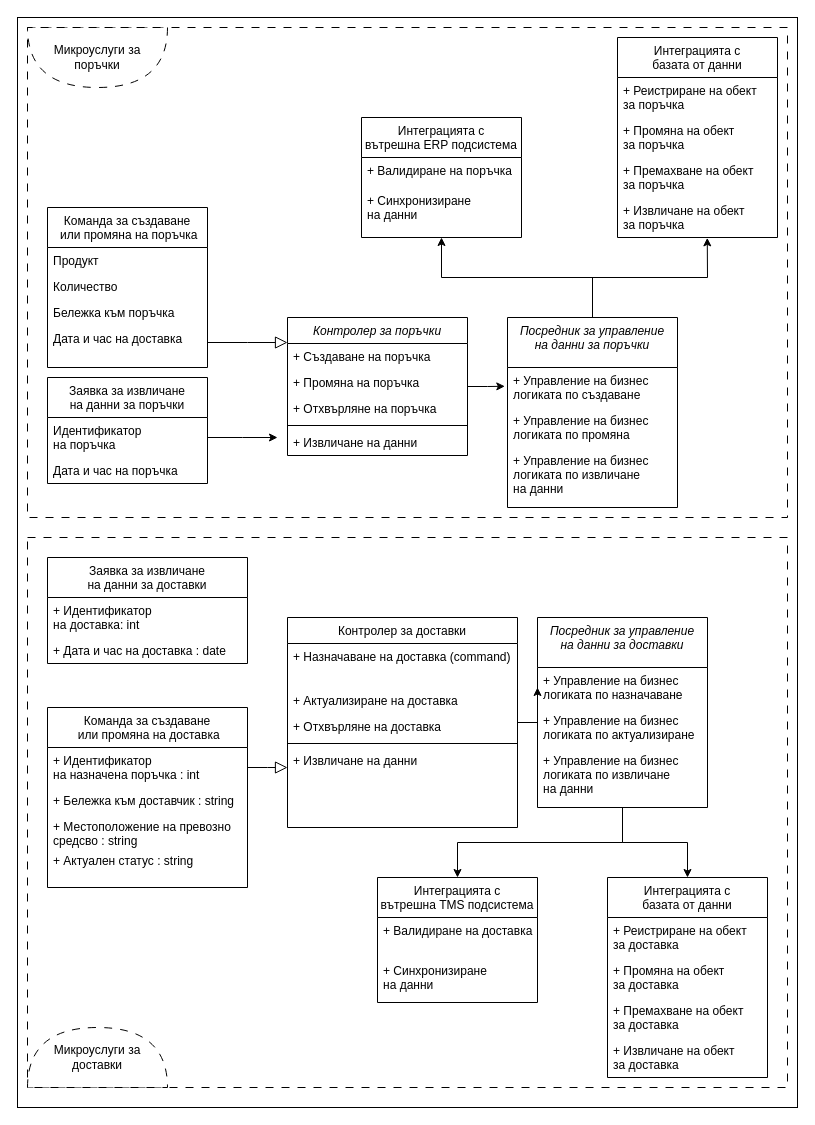
This is Chapter2/ClassDiagram.drawio from profjordanov/phd, a draw.io file, before an edit. Source tidied: cells renumbered, new cells numbered last; positions are measured from the earlier drawing's top-left corner, leaving out a move shared by most shapes. Both pictures are drawn from the tidied source at 100%, with x=0, y=0 at pixel (17, 17).
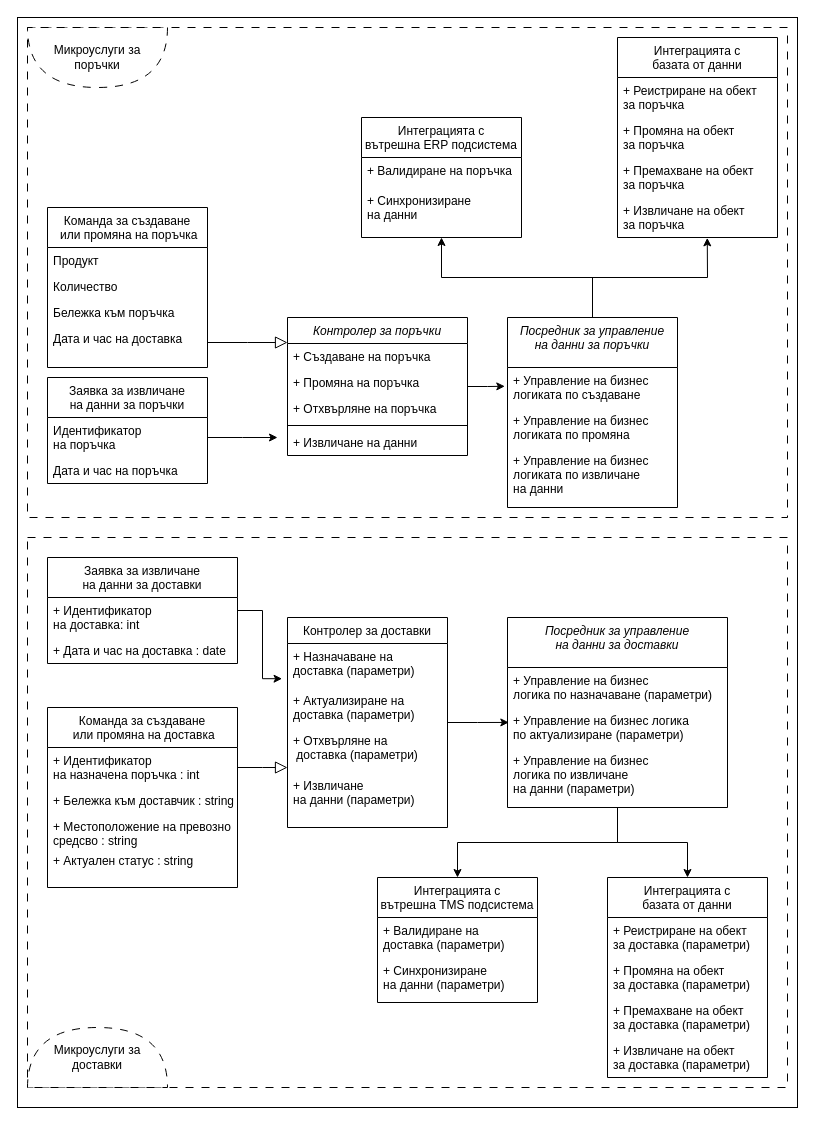
The same page after the edit.

Unchanged cells that the change refers to:
```xml
<mxCell id="45" value="Интеграцията с &#10;базата от данни" style="swimlane;fontStyle=0;align=center;verticalAlign=top;horizontal=1;startSize=40;rounded=0;shadow=0;strokeWidth=1;" parent="1" vertex="1">
  <mxGeometry x="590" y="860" width="160" height="200" as="geometry" />
</mxCell>
<mxCell id="50" value="Интеграцията с &#10;вътрешна TMS подсистема" style="swimlane;fontStyle=0;align=center;verticalAlign=top;horizontal=1;startSize=40;rounded=0;shadow=0;strokeWidth=1;" parent="1" vertex="1">
  <mxGeometry x="360" y="860" width="160" height="125" as="geometry" />
</mxCell>
```

Diff of the diagram source:
```diff
@@
-    <mxCell id="32" style="edgeStyle=orthogonalEdgeStyle;rounded=0;jettySize=auto;html=1;entryX=0;entryY=0.5;entryDx=0;entryDy=0;" parent="1" edge="1" source="33" target="56">
-      <mxGeometry relative="1" as="geometry" />
-    </mxCell>
     <mxCell id="33" value="Контролер за доставки" style="swimlane;fontStyle=0;align=center;verticalAlign=top;horizontal=1;startSize=26;rounded=0;shadow=0;strokeWidth=1;" parent="1" vertex="1">
-      <mxGeometry x="270" y="600" width="230" height="210" as="geometry" />
+      <mxGeometry x="270" y="600" width="160" height="210" as="geometry" />
     </mxCell>
-    <mxCell id="34" value="+ Назначаване на доставка (command)" style="text;align=left;verticalAlign=top;spacingLeft=4;spacingRight=4;overflow=hidden;points=[[0,0.5],[1,0.5]];portConstraint=eastwest;" parent="33" vertex="1">
-      <mxGeometry y="26" width="230" height="44" as="geometry" />
+    <mxCell id="34" value="+ Назначаване на &#10;доставка (параметри)" style="text;align=left;verticalAlign=top;spacingLeft=4;spacingRight=4;overflow=hidden;points=[[0,0.5],[1,0.5]];portConstraint=eastwest;" parent="33" vertex="1">
+      <mxGeometry y="26" width="160" height="44" as="geometry" />
     </mxCell>
-    <mxCell id="35" value="+ Актуализиране на доставка" style="text;align=left;verticalAlign=top;spacingLeft=4;spacingRight=4;overflow=hidden;rounded=0;shadow=0;html=0;" parent="33" vertex="1">
-      <mxGeometry y="70" width="230" height="26" as="geometry" />
+    <mxCell id="35" value="+ Актуализиране на &#10;доставка (параметри)" style="text;align=left;verticalAlign=top;spacingLeft=4;spacingRight=4;overflow=hidden;rounded=0;shadow=0;html=0;" parent="33" vertex="1">
+      <mxGeometry y="70" width="160" height="40" as="geometry" />
     </mxCell>
-    <mxCell id="36" value="+ Отхвърляне на доставка" style="text;align=left;verticalAlign=top;spacingLeft=4;spacingRight=4;overflow=hidden;rounded=0;shadow=0;html=0;" parent="33" vertex="1">
-      <mxGeometry y="96" width="230" height="26" as="geometry" />
-    </mxCell>
-    <mxCell id="37" style="line;html=1;strokeWidth=1;align=left;verticalAlign=middle;spacingTop=-1;spacingLeft=3;spacingRight=3;labelPosition=right;" parent="33" vertex="1">
-      <mxGeometry y="122" width="230" height="8" as="geometry" />
-    </mxCell>
-    <mxCell id="38" value="+ Извличане на данни" style="text;align=left;verticalAlign=top;spacingLeft=4;spacingRight=4;overflow=hidden;" parent="33" vertex="1">
-      <mxGeometry y="130" width="230" height="26" as="geometry" />
-    </mxCell>
     <mxCell id="39" value="Команда за създаване&#10; или промяна на доставка" style="swimlane;fontStyle=0;align=center;verticalAlign=top;horizontal=1;startSize=40;rounded=0;shadow=0;strokeWidth=1;" parent="1" vertex="1">
-      <mxGeometry x="30" y="690" width="200" height="180" as="geometry" />
+      <mxGeometry x="30" y="690" width="190" height="180" as="geometry" />
     </mxCell>
     <mxCell id="40" value="+ Идентификатор&#10;на назначена поръчка : int" style="text;align=left;verticalAlign=top;spacingLeft=4;spacingRight=4;overflow=hidden;" parent="39" vertex="1">
-      <mxGeometry y="40" width="200" height="40" as="geometry" />
+      <mxGeometry y="40" width="190" height="40" as="geometry" />
     </mxCell>
     <mxCell id="41" value="+ Бележка към доставчик : string" style="text;align=left;verticalAlign=top;spacingLeft=4;spacingRight=4;overflow=hidden;rounded=0;shadow=0;html=0;" parent="39" vertex="1">
-      <mxGeometry y="80" width="200" height="26" as="geometry" />
+      <mxGeometry y="80" width="190" height="26" as="geometry" />
     </mxCell>
     <mxCell id="42" value="+ Местоположение на превозно&#10;средсво : string" style="text;align=left;verticalAlign=top;spacingLeft=4;spacingRight=4;overflow=hidden;rounded=0;shadow=0;html=0;" parent="39" vertex="1">
-      <mxGeometry y="106" width="200" height="34" as="geometry" />
+      <mxGeometry y="106" width="190" height="34" as="geometry" />
     </mxCell>
     <mxCell id="43" value="+ Актуален статус : string" style="text;align=left;verticalAlign=top;spacingLeft=4;spacingRight=4;overflow=hidden;rounded=0;shadow=0;html=0;" parent="39" vertex="1">
-      <mxGeometry y="140" width="200" height="26" as="geometry" />
+      <mxGeometry y="140" width="190" height="26" as="geometry" />
     </mxCell>
@@
-    <mxCell id="46" value="+ Реистриране на обект&#10;за доставка" style="text;align=left;verticalAlign=top;spacingLeft=4;spacingRight=4;overflow=hidden;" parent="45" vertex="1">
+    <mxCell id="46" value="+ Реистриране на обект&#10;за доставка (параметри)" style="text;align=left;verticalAlign=top;spacingLeft=4;spacingRight=4;overflow=hidden;" parent="45" vertex="1">
       <mxGeometry y="40" width="160" height="40" as="geometry" />
     </mxCell>
-    <mxCell id="47" value="+ Промяна на обект&#10;за доставка" style="text;align=left;verticalAlign=top;spacingLeft=4;spacingRight=4;overflow=hidden;rounded=0;shadow=0;html=0;" parent="45" vertex="1">
+    <mxCell id="47" value="+ Промяна на обект&#10;за доставка (параметри)" style="text;align=left;verticalAlign=top;spacingLeft=4;spacingRight=4;overflow=hidden;rounded=0;shadow=0;html=0;" parent="45" vertex="1">
       <mxGeometry y="80" width="160" height="40" as="geometry" />
     </mxCell>
-    <mxCell id="48" value="+ Премахване на обект&#10;за доставка" style="text;align=left;verticalAlign=top;spacingLeft=4;spacingRight=4;overflow=hidden;rounded=0;shadow=0;html=0;" parent="45" vertex="1">
+    <mxCell id="48" value="+ Премахване на обект&#10;за доставка (параметри)" style="text;align=left;verticalAlign=top;spacingLeft=4;spacingRight=4;overflow=hidden;rounded=0;shadow=0;html=0;" parent="45" vertex="1">
       <mxGeometry y="120" width="160" height="40" as="geometry" />
     </mxCell>
-    <mxCell id="49" value="+ Извличане на обект&#10;за доставка" style="text;align=left;verticalAlign=top;spacingLeft=4;spacingRight=4;overflow=hidden;rounded=0;shadow=0;html=0;" parent="45" vertex="1">
+    <mxCell id="49" value="+ Извличане на обект&#10;за доставка (параметри)" style="text;align=left;verticalAlign=top;spacingLeft=4;spacingRight=4;overflow=hidden;rounded=0;shadow=0;html=0;" parent="45" vertex="1">
       <mxGeometry y="160" width="160" height="40" as="geometry" />
     </mxCell>
@@
-    <mxCell id="51" value="+ Валидиране на доставка" style="text;align=left;verticalAlign=top;spacingLeft=4;spacingRight=4;overflow=hidden;" parent="50" vertex="1">
+    <mxCell id="51" value="+ Валидиране на &#10;доставка (параметри)" style="text;align=left;verticalAlign=top;spacingLeft=4;spacingRight=4;overflow=hidden;" parent="50" vertex="1">
       <mxGeometry y="40" width="160" height="40" as="geometry" />
     </mxCell>
-    <mxCell id="52" value="+ Синхронизиране&#10;на данни" style="text;align=left;verticalAlign=top;spacingLeft=4;spacingRight=4;overflow=hidden;rounded=0;shadow=0;html=0;" parent="50" vertex="1">
+    <mxCell id="52" value="+ Синхронизиране&#10;на данни (параметри)" style="text;align=left;verticalAlign=top;spacingLeft=4;spacingRight=4;overflow=hidden;rounded=0;shadow=0;html=0;" parent="50" vertex="1">
       <mxGeometry y="80" width="160" height="40" as="geometry" />
     </mxCell>
@@
     <mxCell id="55" value="Посредник за управление &#10;на данни за доставки" style="swimlane;fontStyle=2;align=center;verticalAlign=top;horizontal=1;startSize=50;rounded=0;shadow=0;strokeWidth=1;" parent="1" vertex="1">
-      <mxGeometry x="520" y="600" width="170" height="190" as="geometry" />
+      <mxGeometry x="490" y="600" width="220" height="190" as="geometry" />
     </mxCell>
-    <mxCell id="56" value="+ Управление на бизнес &#10;логиката по назначаване " style="text;align=left;verticalAlign=top;spacingLeft=4;spacingRight=4;overflow=hidden;points=[[0,0.5],[1,0.5]];portConstraint=eastwest;" parent="55" vertex="1">
-      <mxGeometry y="50" width="170" height="40" as="geometry" />
+    <mxCell id="56" value="+ Управление на бизнес &#10;логика по назначаване (параметри)" style="text;align=left;verticalAlign=top;spacingLeft=4;spacingRight=4;overflow=hidden;points=[[0,0.5],[1,0.5]];portConstraint=eastwest;" parent="55" vertex="1">
+      <mxGeometry y="50" width="220" height="40" as="geometry" />
     </mxCell>
-    <mxCell id="57" value="+ Управление на бизнес &#10;логиката по актуализиране " style="text;align=left;verticalAlign=top;spacingLeft=4;spacingRight=4;overflow=hidden;points=[[0,0.5],[1,0.5]];portConstraint=eastwest;" parent="55" vertex="1">
-      <mxGeometry y="90" width="170" height="40" as="geometry" />
+    <mxCell id="57" value="+ Управление на бизнес логика&#10;по актуализиране (параметри) " style="text;align=left;verticalAlign=top;spacingLeft=4;spacingRight=4;overflow=hidden;points=[[0,0.5],[1,0.5]];portConstraint=eastwest;" parent="55" vertex="1">
+      <mxGeometry y="90" width="220" height="40" as="geometry" />
     </mxCell>
-    <mxCell id="58" value="+ Управление на бизнес &#10;логиката по извличане &#10;на данни" style="text;align=left;verticalAlign=top;spacingLeft=4;spacingRight=4;overflow=hidden;" parent="55" vertex="1">
-      <mxGeometry y="130" width="170" height="50" as="geometry" />
+    <mxCell id="58" value="+ Управление на бизнес &#10;логика по извличане &#10;на данни (параметри)" style="text;align=left;verticalAlign=top;spacingLeft=4;spacingRight=4;overflow=hidden;" parent="55" vertex="1">
+      <mxGeometry y="130" width="220" height="50" as="geometry" />
     </mxCell>
@@
     <mxCell id="63" value="Заявка за извличане&#10;на данни за доставки" style="swimlane;fontStyle=0;align=center;verticalAlign=top;horizontal=1;startSize=40;rounded=0;shadow=0;strokeWidth=1;" parent="1" vertex="1">
-      <mxGeometry x="30" y="540" width="200" height="106" as="geometry" />
+      <mxGeometry x="30" y="540" width="190" height="106" as="geometry" />
     </mxCell>
     <mxCell id="64" value="+ Идентификатор &#10;на доставка: int" style="text;align=left;verticalAlign=top;spacingLeft=4;spacingRight=4;overflow=hidden;" parent="63" vertex="1">
-      <mxGeometry y="40" width="200" height="40" as="geometry" />
+      <mxGeometry y="40" width="190" height="40" as="geometry" />
     </mxCell>
     <mxCell id="65" value="+ Дата и час на доставка : date" style="text;align=left;verticalAlign=top;spacingLeft=4;spacingRight=4;overflow=hidden;rounded=0;shadow=0;html=0;" parent="63" vertex="1">
-      <mxGeometry y="80" width="200" height="26" as="geometry" />
+      <mxGeometry y="80" width="190" height="26" as="geometry" />
     </mxCell>
@@
+    <mxCell id="69" style="edgeStyle=orthogonalEdgeStyle;rounded=0;jettySize=auto;html=1;entryX=-0.034;entryY=0.8;entryDx=0;entryDy=0;entryPerimeter=0;" parent="1" edge="1" source="63" target="34">
+      <mxGeometry relative="1" as="geometry" />
+    </mxCell>
+    <mxCell id="38" value="+ Извличане &#10;на данни (параметри)" style="text;align=left;verticalAlign=top;spacingLeft=4;spacingRight=4;overflow=hidden;" parent="1" vertex="1">
+      <mxGeometry x="270" y="755" width="140" height="45" as="geometry" />
+    </mxCell>
+    <mxCell id="36" value="+ Отхвърляне на&#10; доставка (параметри)" style="text;align=left;verticalAlign=top;spacingLeft=4;spacingRight=4;overflow=hidden;rounded=0;shadow=0;html=0;" parent="1" vertex="1">
+      <mxGeometry x="270" y="710" width="190" height="40" as="geometry" />
+    </mxCell>
+    <mxCell id="70" style="edgeStyle=orthogonalEdgeStyle;rounded=0;jettySize=auto;html=1;entryX=0.006;entryY=0.373;entryDx=0;entryDy=0;entryPerimeter=0;" parent="1" edge="1" source="33" target="57">
+      <mxGeometry relative="1" as="geometry" />
+    </mxCell>
```
